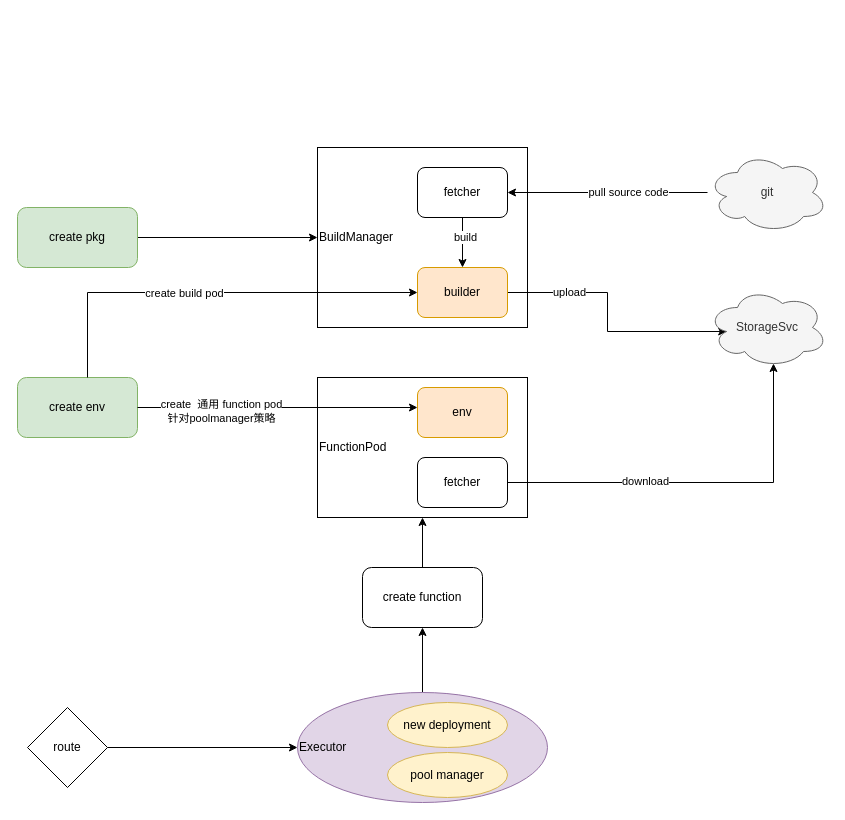
windingmonth/draw keeps this draw.io diagram as fission.drawio. Above is the earlier version. Source tidied: cells renumbered, new cells numbered last; positions are measured from the earlier drawing's top-left corner, leaving out a move shared by most shapes. Both pictures are drawn from the tidied source at 100%, with x=0, y=0 at pixel (17, 147).
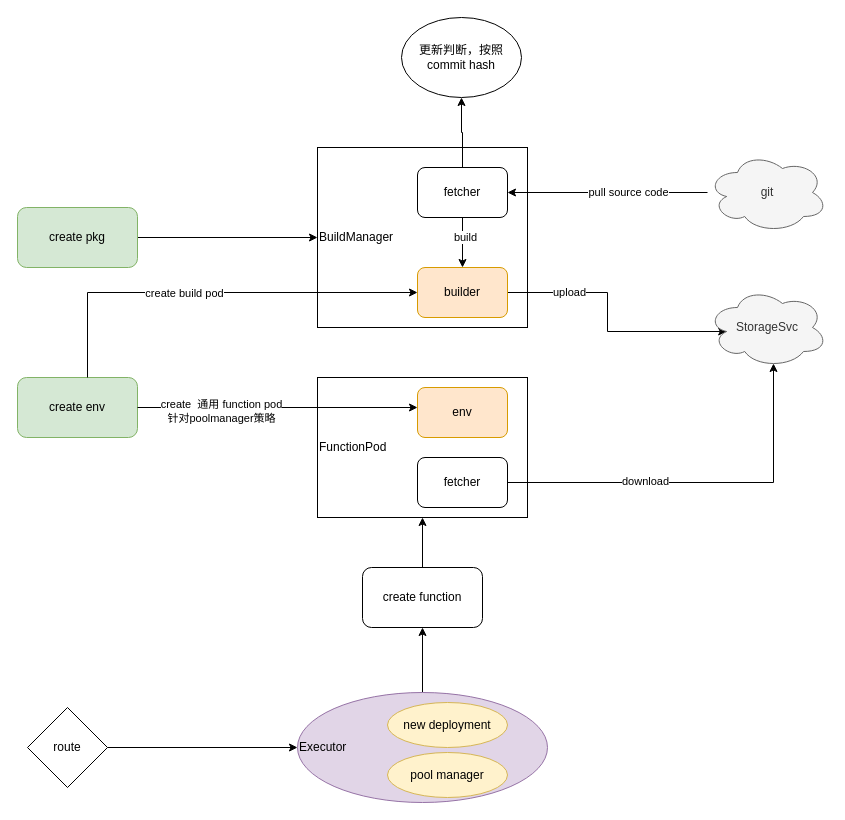
Above is the later version.

Unchanged cells that the change refers to:
```xml
<mxCell id="11" value="fetcher" style="rounded=1;whiteSpace=wrap;html=1;" parent="1" vertex="1">
  <mxGeometry x="400" y="20" width="90" height="50" as="geometry" />
</mxCell>
```

What changed in the source:
```diff
@@
+    <mxCell id="33" style="edgeStyle=orthogonalEdgeStyle;rounded=0;jettySize=auto;html=1;exitX=0.5;exitY=0;exitDx=0;exitDy=0;entryX=0.5;entryY=1;entryDx=0;entryDy=0;" parent="1" edge="1" source="11" target="34">
+      <mxGeometry relative="1" as="geometry" />
+    </mxCell>
@@
+    <mxCell id="34" value="更新判断，按照commit hash" style="ellipse;whiteSpace=wrap;html=1;" parent="1" vertex="1">
+      <mxGeometry x="384" y="-130" width="120" height="80" as="geometry" />
+    </mxCell>
```
